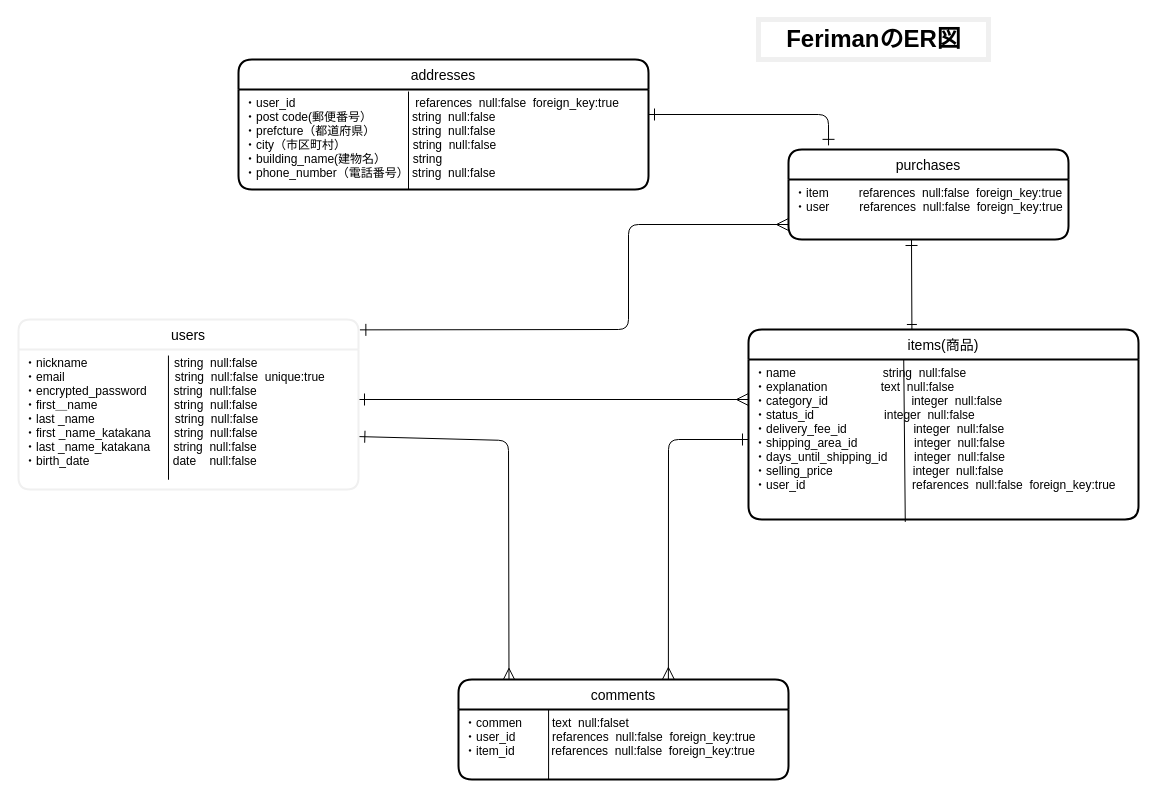
Before: er.dio in yuko1117/furima-31777, a draw.io diagram. Source tidied: cells renumbered, new cells numbered last; positions are measured from the earlier drawing's top-left corner, leaving out a move shared by most shapes. Both pictures are drawn from the tidied source at 100%, with x=0, y=0 at pixel (18, 19).
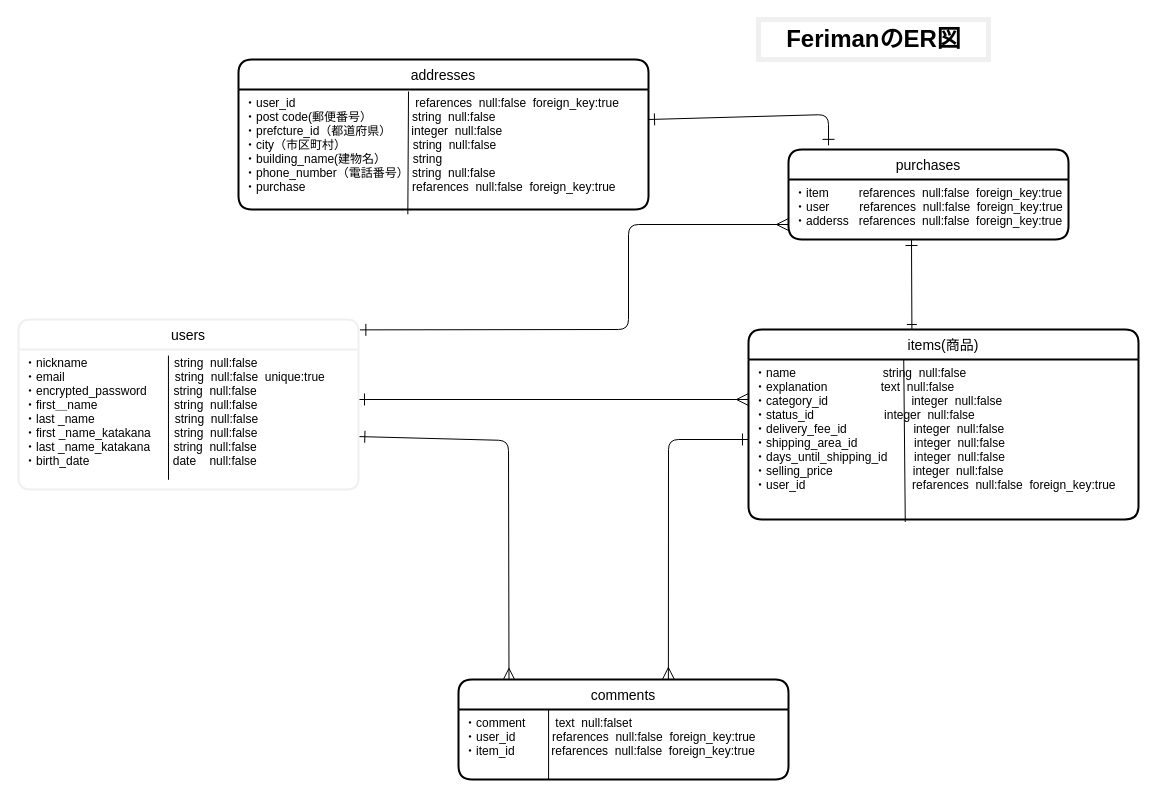
The same page after the edit.

Commit message (it also covers changes not shown here):
ER図、README修正４

The change refers to these unchanged cells:
```xml
<mxCell id="9" value="purchases" style="swimlane;horizontal=1;startSize=30;rounded=1;fontSize=14;fontStyle=0;strokeWidth=2;shadow=0;dashed=0;align=center;" parent="1" vertex="1">
  <mxGeometry x="770" y="130" width="280" height="90" as="geometry" />
</mxCell>
<mxCell id="19" value="comments" style="swimlane;horizontal=1;startSize=30;rounded=1;fontSize=14;fontStyle=0;strokeWidth=2;shadow=0;dashed=0;align=center;" parent="1" vertex="1">
  <mxGeometry x="440" y="660" width="330" height="100" as="geometry" />
</mxCell>
```

What changed in the source:
```diff
@@
     <mxCell id="2" value="addresses" style="swimlane;horizontal=1;startSize=30;rounded=1;fontSize=14;fontStyle=0;strokeWidth=2;shadow=0;dashed=0;align=center;" parent="1" vertex="1">
-      <mxGeometry x="220" y="40" width="410" height="130" as="geometry" />
+      <mxGeometry x="220" y="40" width="410" height="150" as="geometry" />
     </mxCell>
-    <mxCell id="3" value="・user_id　　　　　　　　　　refarences  null:false  foreign_key:true&#10;・post code(郵便番号）            string  null:false&#10;・prefcture（都道府県）           string  null:false&#10;・city（市区町村）                    string  null:false&#10;・building_name(建物名）        string  &#10;・phone_number（電話番号） string  null:false&#10;" style="align=left;strokeColor=none;fillColor=none;spacingLeft=4;fontSize=12;verticalAlign=top;" parent="2" vertex="1">
-      <mxGeometry y="30" width="410" height="100" as="geometry" />
+    <mxCell id="3" value="・user_id　　　　　　　　　　refarences  null:false  foreign_key:true&#10;・post code(郵便番号）            string  null:false&#10;・prefcture_id（都道府県）      integer  null:false&#10;・city（市区町村）                    string  null:false&#10;・building_name(建物名）        string  &#10;・phone_number（電話番号） string  null:false&#10;・purchase                                refarences  null:false  foreign_key:true&#10;" style="align=left;strokeColor=none;fillColor=none;spacingLeft=4;fontSize=12;verticalAlign=top;" parent="2" vertex="1">
+      <mxGeometry y="30" width="410" height="120" as="geometry" />
     </mxCell>
-    <mxCell id="4" style="endArrow=none;html=1;" parent="2" edge="1">
+    <mxCell id="4" style="endArrow=none;html=1;entryX=0.413;entryY=1.04;entryDx=0;entryDy=0;entryPerimeter=0;" parent="2" edge="1" target="3">
       <mxGeometry relative="1" as="geometry">
         <mxPoint x="170" y="32" as="sourcePoint" />
-        <mxPoint x="170" y="130" as="targetPoint" />
       </mxGeometry>
     </mxCell>
@@
-    <mxCell id="10" value="・item         refarences  null:false  foreign_key:true&#10;・user         refarences  null:false  foreign_key:true&#10;        " style="align=left;strokeColor=none;fillColor=none;spacingLeft=4;fontSize=12;verticalAlign=top;" parent="9" vertex="1">
+    <mxCell id="10" value="・item         refarences  null:false  foreign_key:true&#10;・user         refarences  null:false  foreign_key:true&#10;・adderss   refarences  null:false  foreign_key:true&#10;        " style="align=left;strokeColor=none;fillColor=none;spacingLeft=4;fontSize=12;verticalAlign=top;" parent="9" vertex="1">
       <mxGeometry y="30" width="280" height="60" as="geometry" />
     </mxCell>
@@
-    <mxCell id="20" value="・commen         text  null:falset &#10;・user_id           refarences  null:false  foreign_key:true&#10;・item_id           refarences  null:false  foreign_key:true" style="align=left;strokeColor=none;fillColor=none;spacingLeft=4;fontSize=12;verticalAlign=top;" parent="19" vertex="1">
+    <mxCell id="20" value="・comment         text  null:falset &#10;・user_id           refarences  null:false  foreign_key:true&#10;・item_id           refarences  null:false  foreign_key:true" style="align=left;strokeColor=none;fillColor=none;spacingLeft=4;fontSize=12;verticalAlign=top;" parent="19" vertex="1">
       <mxGeometry y="30" width="330" height="70" as="geometry" />
     </mxCell>
```
